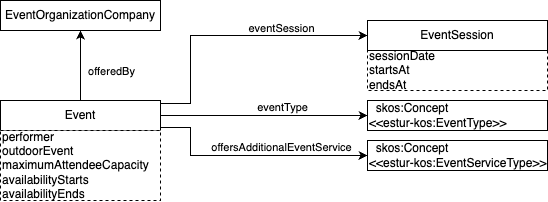
TURISMO-Ontologia/core-ontology keeps this draw.io diagram as docs/images/fig7-Event.png. Above is the earlier version. Source tidied: cells renumbered, new cells last; positions are measured from the earlier drawing's top-left corner, leaving out a move shared by most shapes.
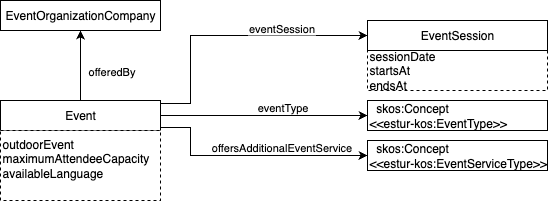
After the change.

What changed in the source:
```diff
@@ -39,7 +39,7 @@
     <mxCell id="8" value="Event" style="rounded=0;whiteSpace=wrap;html=1;snapToPoint=1;points=[[0.1,0],[0.2,0],[0.3,0],[0.4,0],[0.5,0],[0.6,0],[0.7,0],[0.8,0],[0.9,0],[0,0.1],[0,0.3],[0,0.5],[0,0.7],[0,0.9],[0.1,1],[0.2,1],[0.3,1],[0.4,1],[0.5,1],[0.6,1],[0.7,1],[0.8,1],[0.9,1],[1,0.1],[1,0.3],[1,0.5],[1,0.7],[1,0.9]];align=center;" parent="1" vertex="1">
       <mxGeometry y="100" width="160" height="30" as="geometry" />
     </mxCell>
-    <mxCell id="9" value="performer&lt;br&gt;outdoorEvent&lt;br&gt;maximumAttendeeCapacity&lt;br&gt;availabilityStarts&lt;br&gt;availabilityEnds" style="rounded=0;whiteSpace=wrap;html=1;dashed=1;align=left;" parent="1" vertex="1">
+    <mxCell id="9" value="outdoorEvent&lt;br&gt;maximumAttendeeCapacity&lt;br&gt;availableLanguage&lt;div&gt;&lt;br&gt;&lt;/div&gt;" style="rounded=0;whiteSpace=wrap;html=1;dashed=1;align=left;" parent="1" vertex="1">
       <mxGeometry y="130" width="160" height="70" as="geometry" />
     </mxCell>
     <mxCell id="10" value="&lt;div style=&quot;&quot;&gt;&lt;span style=&quot;background-color: initial;&quot;&gt;sessionDate&lt;/span&gt;&lt;/div&gt;&lt;div style=&quot;&quot;&gt;&lt;span style=&quot;background-color: initial;&quot;&gt;startsAt&lt;/span&gt;&lt;/div&gt;&lt;div style=&quot;&quot;&gt;&lt;span style=&quot;background-color: initial;&quot;&gt;endsAt&lt;/span&gt;&lt;/div&gt;" style="rounded=0;whiteSpace=wrap;html=1;dashed=1;align=left;" parent="1" vertex="1">
```
